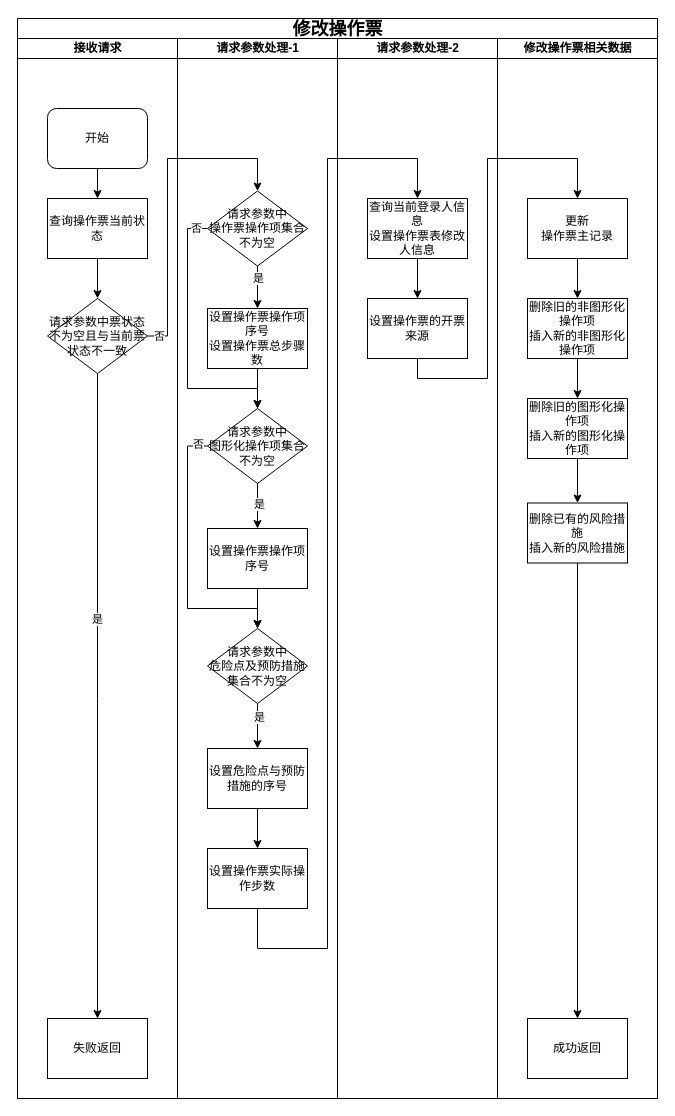
Before: 修改操作票.drawio in wwwwbo/myDraw, a draw.io diagram. Source tidied: cells renumbered, new cells numbered last; positions are measured from the earlier drawing's top-left corner, leaving out a move shared by most shapes. Both pictures are drawn from the tidied source at 100%, with x=0, y=0 at pixel (17, 18).
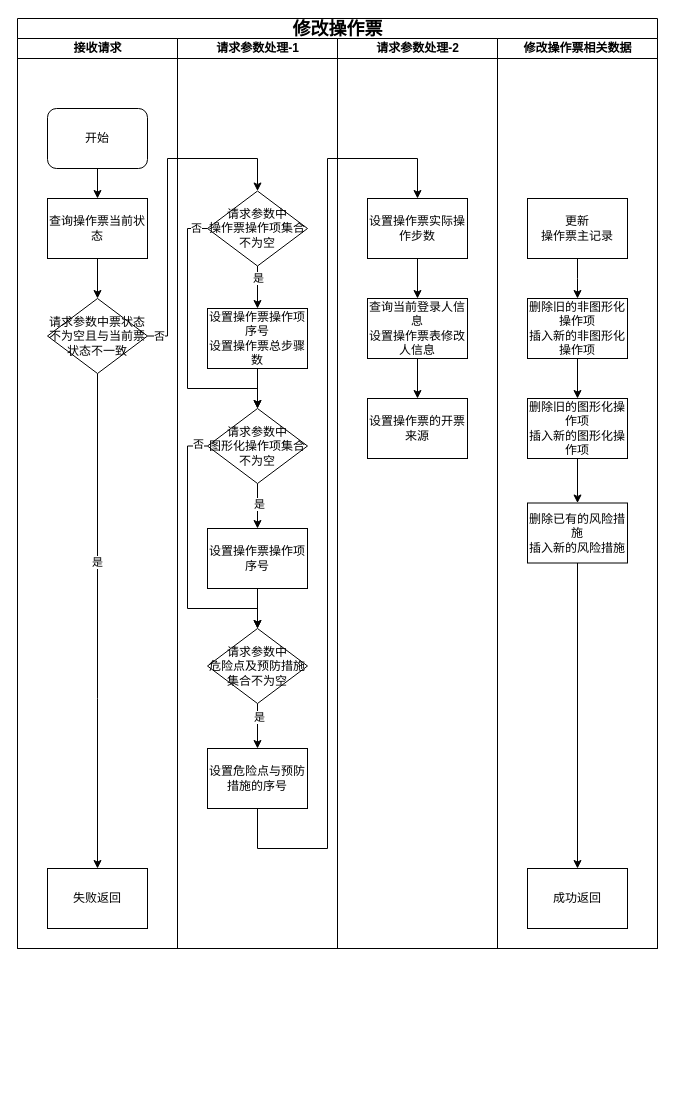
The same page after the edit.

Commit message (it also covers changes not shown here):
更新修改操作票.drawio

The change refers to these unchanged cells:
```xml
<mxCell id="31" value="&lt;span style=&quot;font-size: 12px;&quot;&gt;设置危险点与预防措施的序号&lt;/span&gt;" style="whiteSpace=wrap;html=1;fontSize=8;fontFamily=Verdana;rounded=0;shadow=0;labelBackgroundColor=none;strokeWidth=1;" parent="12" vertex="1">
  <mxGeometry x="30" y="710" width="100" height="60" as="geometry" />
</mxCell>
<mxCell id="39" value="&lt;span style=&quot;font-size: 12px;&quot;&gt;更新&lt;/span&gt;&lt;div&gt;&lt;span style=&quot;font-size: 12px;&quot;&gt;操作票主记录&lt;/span&gt;&lt;/div&gt;" style="whiteSpace=wrap;html=1;fontSize=8;fontFamily=Verdana;rounded=0;shadow=0;labelBackgroundColor=none;strokeWidth=1;" parent="37" vertex="1">
  <mxGeometry x="30" y="160" width="100" height="60" as="geometry" />
</mxCell>
```

Diff of the diagram source:
```diff
@@
     <mxCell id="2" value="&lt;font style=&quot;font-size: 18px;&quot;&gt;修改操作票&lt;/font&gt;" style="swimlane;html=1;startSize=20;rounded=0;shadow=0;labelBackgroundColor=none;strokeWidth=1;fontFamily=Verdana;fontSize=8;align=center;" parent="1" vertex="1">
-      <mxGeometry width="640" height="1080" as="geometry" />
+      <mxGeometry width="640" height="930" as="geometry" />
     </mxCell>
     <mxCell id="3" value="接收请求" style="swimlane;html=1;startSize=20;" parent="2" vertex="1">
-      <mxGeometry y="20" width="160" height="1060" as="geometry" />
+      <mxGeometry y="20" width="160" height="910" as="geometry" />
     </mxCell>
@@
     <mxCell id="8" value="&lt;span style=&quot;font-size: 12px;&quot;&gt;失败返回&lt;/span&gt;" style="whiteSpace=wrap;html=1;fontSize=8;fontFamily=Verdana;rounded=0;shadow=0;labelBackgroundColor=none;strokeWidth=1;" parent="3" vertex="1">
-      <mxGeometry x="30" y="980" width="100" height="60" as="geometry" />
+      <mxGeometry x="30" y="830" width="100" height="60" as="geometry" />
     </mxCell>
@@
     <mxCell id="12" value="请求参数处理-1" style="swimlane;html=1;startSize=20;" parent="2" vertex="1">
-      <mxGeometry x="160" y="20" width="160" height="1060" as="geometry" />
+      <mxGeometry x="160" y="20" width="160" height="910" as="geometry" />
     </mxCell>
@@
-    <mxCell id="30" style="edgeStyle=orthogonalEdgeStyle;rounded=0;jettySize=auto;html=1;exitX=0.5;exitY=1;exitDx=0;exitDy=0;entryX=0.5;entryY=0;entryDx=0;entryDy=0;" parent="12" edge="1" source="31" target="32">
-      <mxGeometry relative="1" as="geometry" />
-    </mxCell>
@@
-    <mxCell id="32" value="&lt;span style=&quot;font-size: 12px;&quot;&gt;设置操作票实际操作步数&lt;/span&gt;" style="whiteSpace=wrap;html=1;fontSize=8;fontFamily=Verdana;rounded=0;shadow=0;labelBackgroundColor=none;strokeWidth=1;" parent="12" vertex="1">
-      <mxGeometry x="30" y="810" width="100" height="60" as="geometry" />
-    </mxCell>
     <mxCell id="33" value="请求参数处理-2" style="swimlane;html=1;startSize=20;" parent="2" vertex="1">
-      <mxGeometry x="320" y="20" width="160" height="1060" as="geometry" />
+      <mxGeometry x="320" y="20" width="160" height="910" as="geometry" />
     </mxCell>
@@
-    <mxCell id="35" value="&lt;span style=&quot;font-size: 12px;&quot;&gt;查询当前登录人信息&lt;/span&gt;&lt;div&gt;&lt;span style=&quot;font-size: 12px;&quot;&gt;设置操作票表修改人信息&lt;/span&gt;&lt;/div&gt;" style="whiteSpace=wrap;html=1;fontSize=8;fontFamily=Verdana;rounded=0;shadow=0;labelBackgroundColor=none;strokeWidth=1;" parent="33" vertex="1">
+    <mxCell id="35" value="&lt;span style=&quot;font-size: 12px;&quot;&gt;设置操作票实际操作步数&lt;/span&gt;" style="whiteSpace=wrap;html=1;fontSize=8;fontFamily=Verdana;rounded=0;shadow=0;labelBackgroundColor=none;strokeWidth=1;" parent="33" vertex="1">
       <mxGeometry x="30" y="160" width="100" height="60" as="geometry" />
     </mxCell>
+    <mxCell id="51" style="edgeStyle=orthogonalEdgeStyle;rounded=0;jettySize=auto;html=1;exitX=0.5;exitY=1;exitDx=0;exitDy=0;" parent="33" edge="1" source="36" target="52">
+      <mxGeometry relative="1" as="geometry" />
+    </mxCell>
-    <mxCell id="36" value="&lt;span style=&quot;font-size: 12px;&quot;&gt;设置操作票的开票来源&lt;/span&gt;" style="whiteSpace=wrap;html=1;fontSize=8;fontFamily=Verdana;rounded=0;shadow=0;labelBackgroundColor=none;strokeWidth=1;" parent="33" vertex="1">
+    <mxCell id="36" value="&lt;span style=&quot;font-size: 12px;&quot;&gt;查询当前登录人信息&lt;/span&gt;&lt;div&gt;&lt;span style=&quot;font-size: 12px;&quot;&gt;设置操作票表修改人信息&lt;/span&gt;&lt;/div&gt;" style="whiteSpace=wrap;html=1;fontSize=8;fontFamily=Verdana;rounded=0;shadow=0;labelBackgroundColor=none;strokeWidth=1;" parent="33" vertex="1">
       <mxGeometry x="30" y="260" width="100" height="60" as="geometry" />
     </mxCell>
+    <mxCell id="52" value="&lt;span style=&quot;font-size: 12px;&quot;&gt;设置操作票的开票来源&lt;/span&gt;" style="whiteSpace=wrap;html=1;fontSize=8;fontFamily=Verdana;rounded=0;shadow=0;labelBackgroundColor=none;strokeWidth=1;" parent="33" vertex="1">
+      <mxGeometry x="30" y="360" width="100" height="60" as="geometry" />
+    </mxCell>
     <mxCell id="37" value="修改操作票相关数据" style="swimlane;html=1;startSize=20;" parent="2" vertex="1">
-      <mxGeometry x="480" y="20" width="160" height="1060" as="geometry" />
+      <mxGeometry x="480" y="20" width="160" height="910" as="geometry" />
     </mxCell>
@@
     <mxCell id="46" value="&lt;span style=&quot;font-size: 12px;&quot;&gt;成功返回&lt;/span&gt;" style="whiteSpace=wrap;html=1;fontSize=8;fontFamily=Verdana;rounded=0;shadow=0;labelBackgroundColor=none;strokeWidth=1;" parent="37" vertex="1">
-      <mxGeometry x="30" y="980" width="100" height="60" as="geometry" />
+      <mxGeometry x="30" y="830" width="100" height="60" as="geometry" />
     </mxCell>
@@
-    <mxCell id="49" style="edgeStyle=orthogonalEdgeStyle;rounded=0;jettySize=auto;html=1;exitX=0.5;exitY=1;exitDx=0;exitDy=0;entryX=0.5;entryY=0;entryDx=0;entryDy=0;" parent="2" edge="1" source="32" target="35">
+    <mxCell id="49" style="edgeStyle=orthogonalEdgeStyle;rounded=0;jettySize=auto;html=1;exitX=0.5;exitY=1;exitDx=0;exitDy=0;entryX=0.5;entryY=0;entryDx=0;entryDy=0;" parent="2" edge="1" source="31" target="35">
       <mxGeometry relative="1" as="geometry">
         <Array as="points">
-          <mxPoint x="240" y="930" />
-          <mxPoint x="310" y="930" />
+          <mxPoint x="240" y="830" />
+          <mxPoint x="310" y="830" />
           <mxPoint x="310" y="140" />
           <mxPoint x="400" y="140" />
         </Array>
       </mxGeometry>
     </mxCell>
-    <mxCell id="50" style="edgeStyle=orthogonalEdgeStyle;rounded=0;jettySize=auto;html=1;exitX=0.5;exitY=1;exitDx=0;exitDy=0;entryX=0.5;entryY=0;entryDx=0;entryDy=0;" parent="2" edge="1" source="36" target="39">
-      <mxGeometry relative="1" as="geometry">
-        <Array as="points">
-          <mxPoint x="400" y="360" />
-          <mxPoint x="470" y="360" />
-          <mxPoint x="470" y="140" />
-          <mxPoint x="560" y="140" />
-        </Array>
-      </mxGeometry>
-    </mxCell>
```
